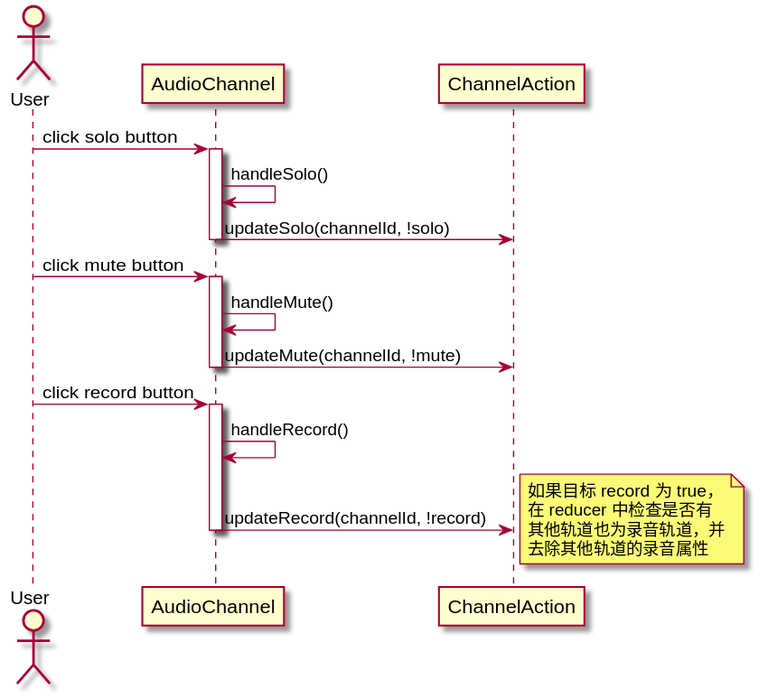
Earlier version of the PlantUML export out/sequence_diagram/toggle_track_attribute/toggle_track_attribute.svg (austudio-team/austudio-uml-graph).
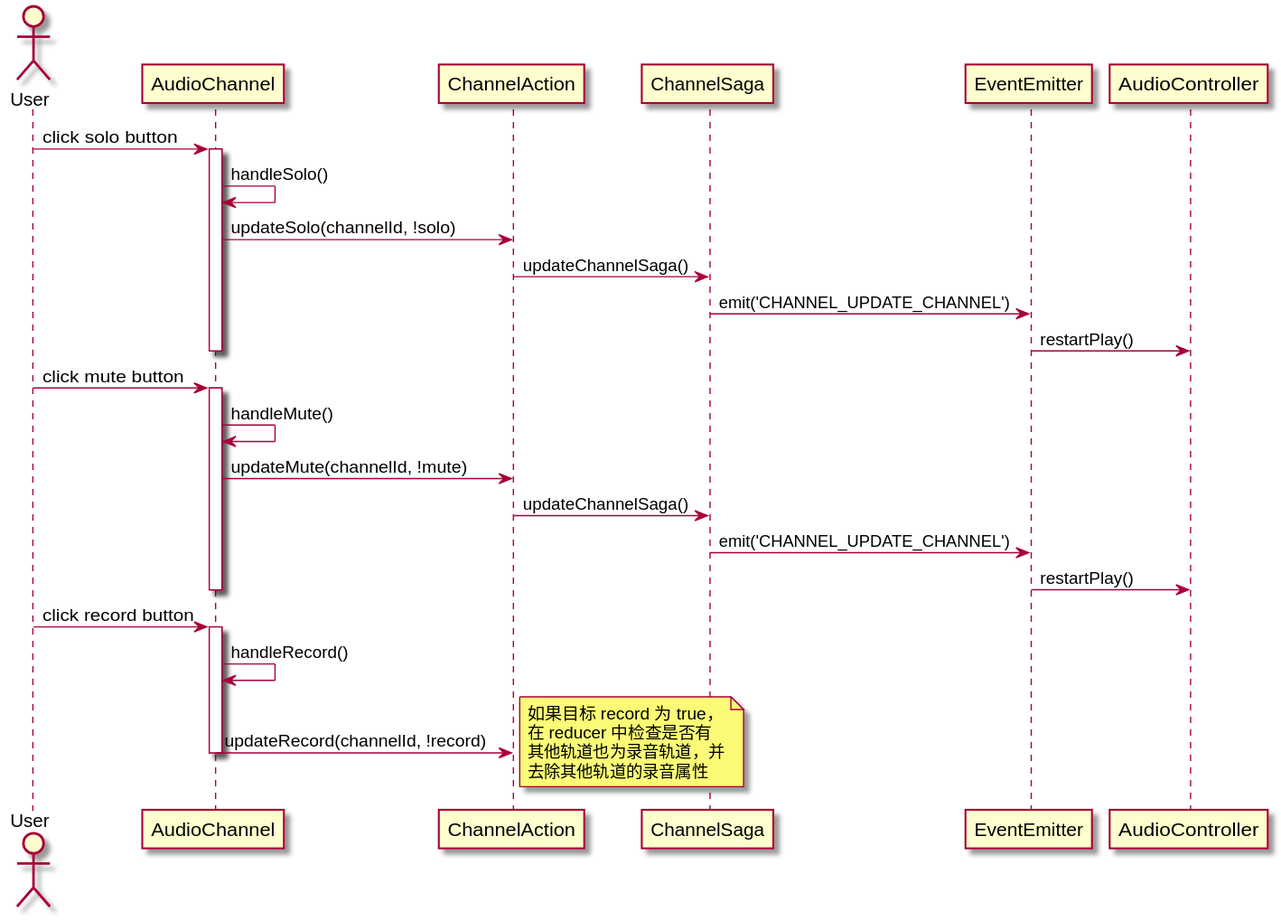
Later version of the same file.

What changed in the source:
```diff
@@ -5,12 +5,18 @@
 activate AudioChannel
 AudioChannel -> AudioChannel: handleSolo()
 AudioChannel -> ChannelAction: updateSolo(channelId, !solo)
+ChannelAction -> ChannelSaga: updateChannelSaga()
+ChannelSaga -> EventEmitter: emit('CHANNEL_UPDATE_CHANNEL')
+EventEmitter -> AudioController: restartPlay()
 deactivate
 
 User -> AudioChannel: click mute button
 activate AudioChannel
 AudioChannel -> AudioChannel: handleMute()
 AudioChannel -> ChannelAction: updateMute(channelId, !mute)
+ChannelAction -> ChannelSaga: updateChannelSaga()
+ChannelSaga -> EventEmitter: emit('CHANNEL_UPDATE_CHANNEL')
+EventEmitter -> AudioController: restartPlay()
 deactivate
 
 User -> AudioChannel: click record button
```
